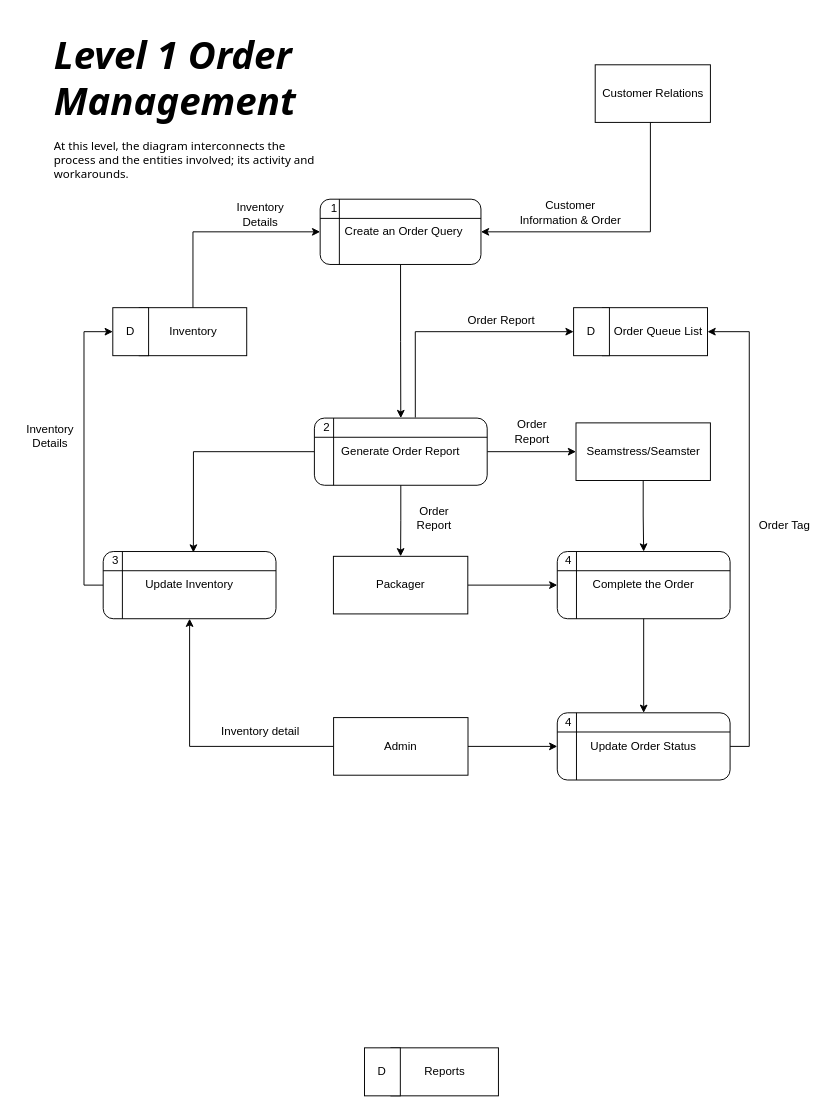
Above: page "(Rev:2) Level 2 DFD" (5 of 8) of DFD DIAGRAMS.drawio in BryanFabellore/Team_SPOTLIGHT (draw.io), before the change. Source tidied: cells renumbered, new cells numbered last; positions are measured from the earlier drawing's top-left corner, leaving out a move shared by most shapes. Both pictures are drawn from the tidied source at 96%, with x=0, y=0 at pixel (16, 26).
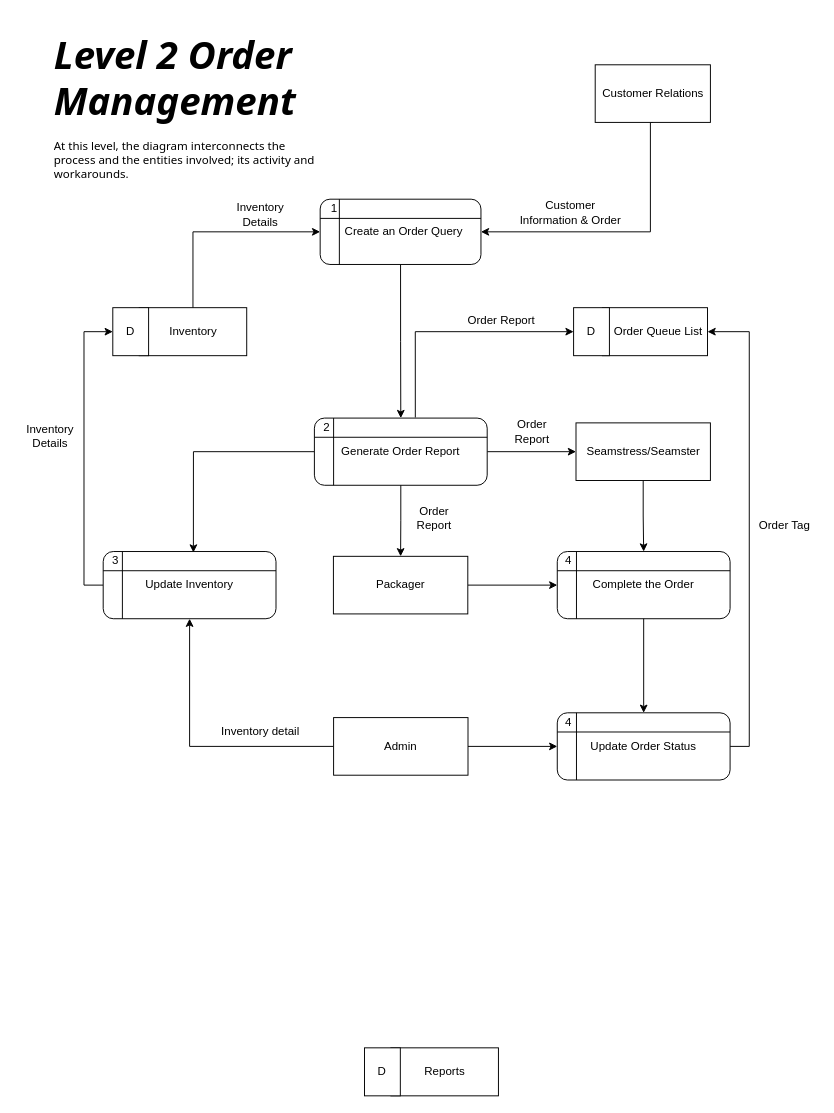
The same diagram, later.

Diff of the diagram source:
```diff
@@
-    <mxCell id="9" value="&lt;h1&gt;&lt;i&gt;&lt;font face=&quot;Tahoma&quot; style=&quot;font-size: 40px;&quot;&gt;Level 1 Order Management&lt;/font&gt;&lt;/i&gt;&lt;/h1&gt;&lt;p&gt;&lt;font face=&quot;Tahoma&quot;&gt;At this level, the diagram interconnects the process and the entities involved; its activity and workarounds.&lt;/font&gt;&lt;/p&gt;" style="text;html=1;strokeColor=none;fillColor=none;spacing=5;spacingTop=-20;whiteSpace=wrap;overflow=hidden;rounded=0;" parent="1" vertex="1">
+    <mxCell id="9" value="&lt;h1&gt;&lt;i&gt;&lt;font face=&quot;Tahoma&quot; style=&quot;font-size: 40px;&quot;&gt;Level 2 Order Management&lt;/font&gt;&lt;/i&gt;&lt;/h1&gt;&lt;p&gt;&lt;font face=&quot;Tahoma&quot;&gt;At this level, the diagram interconnects the process and the entities involved; its activity and workarounds.&lt;/font&gt;&lt;/p&gt;" style="text;html=1;strokeColor=none;fillColor=none;spacing=5;spacingTop=-20;whiteSpace=wrap;overflow=hidden;rounded=0;" parent="1" vertex="1">
       <mxGeometry x="34" width="290" height="170" as="geometry" />
     </mxCell>
```
